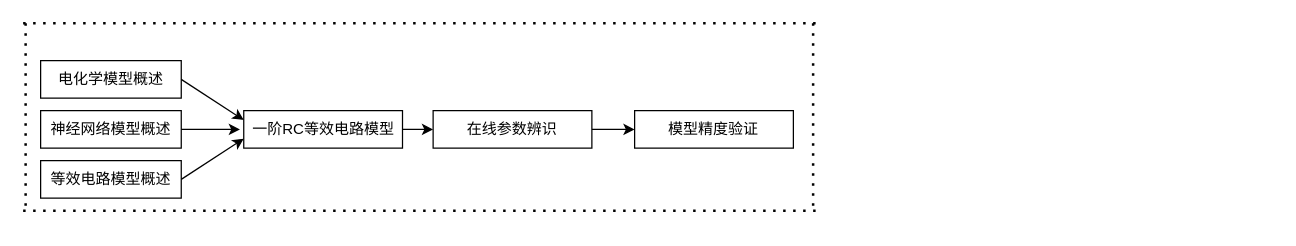
The draw.io diagram Untitled Diagram3.drawio in limpuslee/lyricsgithub.io, before the edit. Source tidied: cells renumbered, new cells numbered last; positions are measured from the earlier drawing's top-left corner, leaving out a move shared by most shapes. Both pictures are drawn from the tidied source at 125%, with x=0, y=0 at pixel (22, 22).
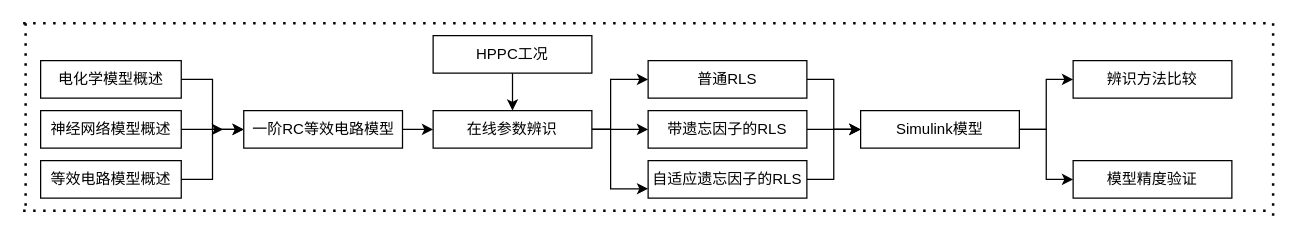
After the change.

Unchanged cells that the change refers to:
```xml
<mxCell id="2" value="电化学模型概述" style="rounded=0;whiteSpace=wrap;html=1;rotation=0;" parent="1" vertex="1">
  <mxGeometry x="14" y="30" width="112.5" height="30" as="geometry" />
</mxCell>
<mxCell id="3" value="神经网络模型概述" style="rounded=0;whiteSpace=wrap;html=1;rotation=0;" parent="1" vertex="1">
  <mxGeometry x="14" y="70" width="112.5" height="30" as="geometry" />
</mxCell>
<mxCell id="4" value="等效电路模型概述" style="rounded=0;whiteSpace=wrap;html=1;rotation=0;" parent="1" vertex="1">
  <mxGeometry x="14" y="110" width="112.5" height="30" as="geometry" />
</mxCell>
<mxCell id="6" value="一阶RC等效电路模型" style="rounded=0;whiteSpace=wrap;html=1;rotation=0;" parent="1" vertex="1">
  <mxGeometry x="176.5" y="70" width="127" height="30" as="geometry" />
</mxCell>
<mxCell id="11" value="在线参数辨识" style="rounded=0;whiteSpace=wrap;html=1;rotation=0;" parent="1" vertex="1">
  <mxGeometry x="328" y="70" width="127" height="30" as="geometry" />
</mxCell>
```

The edit, as a diff of the source:
```diff
@@
+    <mxCell id="7" style="edgeStyle=orthogonalEdgeStyle;rounded=0;jettySize=auto;html=1;exitX=1;exitY=0.5;exitDx=0;exitDy=0;entryX=0;entryY=0.5;entryDx=0;entryDy=0;" parent="1" edge="1" source="2" target="6">
+      <mxGeometry relative="1" as="geometry" />
+    </mxCell>
@@
+    <mxCell id="17" style="edgeStyle=orthogonalEdgeStyle;rounded=0;jettySize=auto;html=1;exitX=1;exitY=0.5;exitDx=0;exitDy=0;" parent="1" edge="1" source="3">
+      <mxGeometry relative="1" as="geometry">
+        <mxPoint x="160" y="85" as="targetPoint" />
+      </mxGeometry>
+    </mxCell>
@@
+    <mxCell id="9" style="edgeStyle=orthogonalEdgeStyle;rounded=0;jettySize=auto;html=1;exitX=1;exitY=0.5;exitDx=0;exitDy=0;entryX=0;entryY=0.5;entryDx=0;entryDy=0;" parent="1" edge="1" source="4" target="6">
+      <mxGeometry relative="1" as="geometry" />
+    </mxCell>
@@
-    <mxCell id="7" style="endArrow=classic;html=1;rounded=0;entryX=0;entryY=0.25;entryDx=0;entryDy=0;exitX=1;exitY=0.5;exitDx=0;exitDy=0;" parent="1" edge="1" source="2" target="6">
-      <mxGeometry relative="1" as="geometry" />
-    </mxCell>
-    <mxCell id="8" style="endArrow=classic;html=1;rounded=0;exitX=1;exitY=0.5;exitDx=0;exitDy=0;" parent="1" edge="1" source="3">
-      <mxGeometry relative="1" as="geometry">
-        <mxPoint x="173.5" y="85" as="targetPoint" />
-      </mxGeometry>
-    </mxCell>
-    <mxCell id="9" style="endArrow=classic;html=1;rounded=0;exitX=1;exitY=0.5;exitDx=0;exitDy=0;entryX=0;entryY=0.75;entryDx=0;entryDy=0;" parent="1" edge="1" source="4" target="6">
-      <mxGeometry relative="1" as="geometry" />
-    </mxCell>
-    <mxCell id="10" style="edgeStyle=orthogonalEdgeStyle;rounded=0;jettySize=auto;html=1;" parent="1" edge="1" source="11" target="12">
-      <mxGeometry relative="1" as="geometry" />
-    </mxCell>
+    <mxCell id="18" style="edgeStyle=orthogonalEdgeStyle;rounded=0;jettySize=auto;html=1;exitX=1;exitY=0.5;exitDx=0;exitDy=0;entryX=0;entryY=0.5;entryDx=0;entryDy=0;" parent="1" edge="1" source="11" target="28">
+      <mxGeometry relative="1" as="geometry">
+        <Array as="points">
+          <mxPoint x="470" y="85" />
+          <mxPoint x="470" y="45" />
+        </Array>
+      </mxGeometry>
+    </mxCell>
+    <mxCell id="19" style="edgeStyle=orthogonalEdgeStyle;rounded=0;jettySize=auto;html=1;exitX=1;exitY=0.5;exitDx=0;exitDy=0;entryX=0;entryY=0.5;entryDx=0;entryDy=0;" parent="1" edge="1" source="11" target="24">
+      <mxGeometry relative="1" as="geometry" />
+    </mxCell>
+    <mxCell id="20" style="edgeStyle=orthogonalEdgeStyle;rounded=0;jettySize=auto;html=1;exitX=1;exitY=0.5;exitDx=0;exitDy=0;entryX=0;entryY=0.75;entryDx=0;entryDy=0;" parent="1" edge="1" source="11" target="26">
+      <mxGeometry relative="1" as="geometry">
+        <Array as="points">
+          <mxPoint x="470" y="85" />
+          <mxPoint x="470" y="133" />
+        </Array>
+      </mxGeometry>
+    </mxCell>
@@
     <mxCell id="12" value="模型精度验证" style="rounded=0;whiteSpace=wrap;html=1;rotation=0;" parent="1" vertex="1">
-      <mxGeometry x="489.2" y="70" width="127" height="30" as="geometry" />
+      <mxGeometry x="840" y="110" width="127" height="30" as="geometry" />
     </mxCell>
     <mxCell id="13" style="endArrow=none;dashed=1;html=1;dashPattern=1 3;strokeWidth=2;rounded=0;" parent="1" edge="1">
       <mxGeometry relative="1" as="geometry">
         <mxPoint as="sourcePoint" />
-        <mxPoint x="640" as="targetPoint" />
+        <mxPoint x="1000" as="targetPoint" />
       </mxGeometry>
     </mxCell>
@@
     <mxCell id="15" style="endArrow=none;dashed=1;html=1;dashPattern=1 3;strokeWidth=2;rounded=0;" parent="1" edge="1">
       <mxGeometry relative="1" as="geometry">
         <mxPoint y="150" as="sourcePoint" />
-        <mxPoint x="640" y="150" as="targetPoint" />
+        <mxPoint x="1000" y="150" as="targetPoint" />
       </mxGeometry>
     </mxCell>
     <mxCell id="16" style="endArrow=none;dashed=1;html=1;dashPattern=1 3;strokeWidth=2;rounded=0;" parent="1" edge="1">
       <mxGeometry relative="1" as="geometry">
-        <mxPoint x="632" as="sourcePoint" />
-        <mxPoint x="632" y="150" as="targetPoint" />
+        <mxPoint x="1000" as="sourcePoint" />
+        <mxPoint x="1000" y="160" as="targetPoint" />
       </mxGeometry>
     </mxCell>
+    <mxCell id="21" style="edgeStyle=orthogonalEdgeStyle;rounded=0;jettySize=auto;html=1;exitX=0.5;exitY=1;exitDx=0;exitDy=0;entryX=0.5;entryY=0;entryDx=0;entryDy=0;" parent="1" edge="1" source="22" target="11">
+      <mxGeometry relative="1" as="geometry" />
+    </mxCell>
+    <mxCell id="22" value="HPPC工况" style="rounded=0;whiteSpace=wrap;html=1;rotation=0;" parent="1" vertex="1">
+      <mxGeometry x="328" y="10" width="127" height="30" as="geometry" />
+    </mxCell>
+    <mxCell id="23" style="edgeStyle=orthogonalEdgeStyle;rounded=0;jettySize=auto;html=1;exitX=1;exitY=0.5;exitDx=0;exitDy=0;entryX=0;entryY=0.5;entryDx=0;entryDy=0;" parent="1" edge="1" source="24" target="31">
+      <mxGeometry relative="1" as="geometry" />
+    </mxCell>
+    <mxCell id="24" value="带遗忘因子的RLS" style="rounded=0;whiteSpace=wrap;html=1;rotation=0;" parent="1" vertex="1">
+      <mxGeometry x="500" y="70" width="127" height="30" as="geometry" />
+    </mxCell>
+    <mxCell id="25" style="edgeStyle=orthogonalEdgeStyle;rounded=0;jettySize=auto;html=1;exitX=1;exitY=0.5;exitDx=0;exitDy=0;entryX=0;entryY=0.5;entryDx=0;entryDy=0;" parent="1" edge="1" source="26" target="31">
+      <mxGeometry relative="1" as="geometry" />
+    </mxCell>
+    <mxCell id="26" value="自适应遗忘因子的RLS" style="rounded=0;whiteSpace=wrap;html=1;rotation=0;" parent="1" vertex="1">
+      <mxGeometry x="500" y="110" width="127" height="30" as="geometry" />
+    </mxCell>
+    <mxCell id="27" style="edgeStyle=orthogonalEdgeStyle;rounded=0;jettySize=auto;html=1;exitX=1;exitY=0.5;exitDx=0;exitDy=0;entryX=0;entryY=0.5;entryDx=0;entryDy=0;" parent="1" edge="1" source="28" target="31">
+      <mxGeometry relative="1" as="geometry" />
+    </mxCell>
+    <mxCell id="28" value="普通RLS" style="rounded=0;whiteSpace=wrap;html=1;rotation=0;" parent="1" vertex="1">
+      <mxGeometry x="500" y="30" width="127" height="30" as="geometry" />
+    </mxCell>
+    <mxCell id="29" style="edgeStyle=orthogonalEdgeStyle;rounded=0;jettySize=auto;html=1;exitX=1;exitY=0.5;exitDx=0;exitDy=0;entryX=0;entryY=0.5;entryDx=0;entryDy=0;" parent="1" edge="1" source="31" target="32">
+      <mxGeometry relative="1" as="geometry" />
+    </mxCell>
+    <mxCell id="30" style="edgeStyle=orthogonalEdgeStyle;rounded=0;jettySize=auto;html=1;exitX=1;exitY=0.5;exitDx=0;exitDy=0;entryX=0;entryY=0.5;entryDx=0;entryDy=0;" parent="1" edge="1" source="31" target="12">
+      <mxGeometry relative="1" as="geometry" />
+    </mxCell>
+    <mxCell id="31" value="Simulink模型" style="rounded=0;whiteSpace=wrap;html=1;rotation=0;" parent="1" vertex="1">
+      <mxGeometry x="670" y="70" width="127" height="30" as="geometry" />
+    </mxCell>
+    <mxCell id="32" value="辨识方法比较" style="rounded=0;whiteSpace=wrap;html=1;rotation=0;" parent="1" vertex="1">
+      <mxGeometry x="840" y="30" width="127" height="30" as="geometry" />
+    </mxCell>
```
